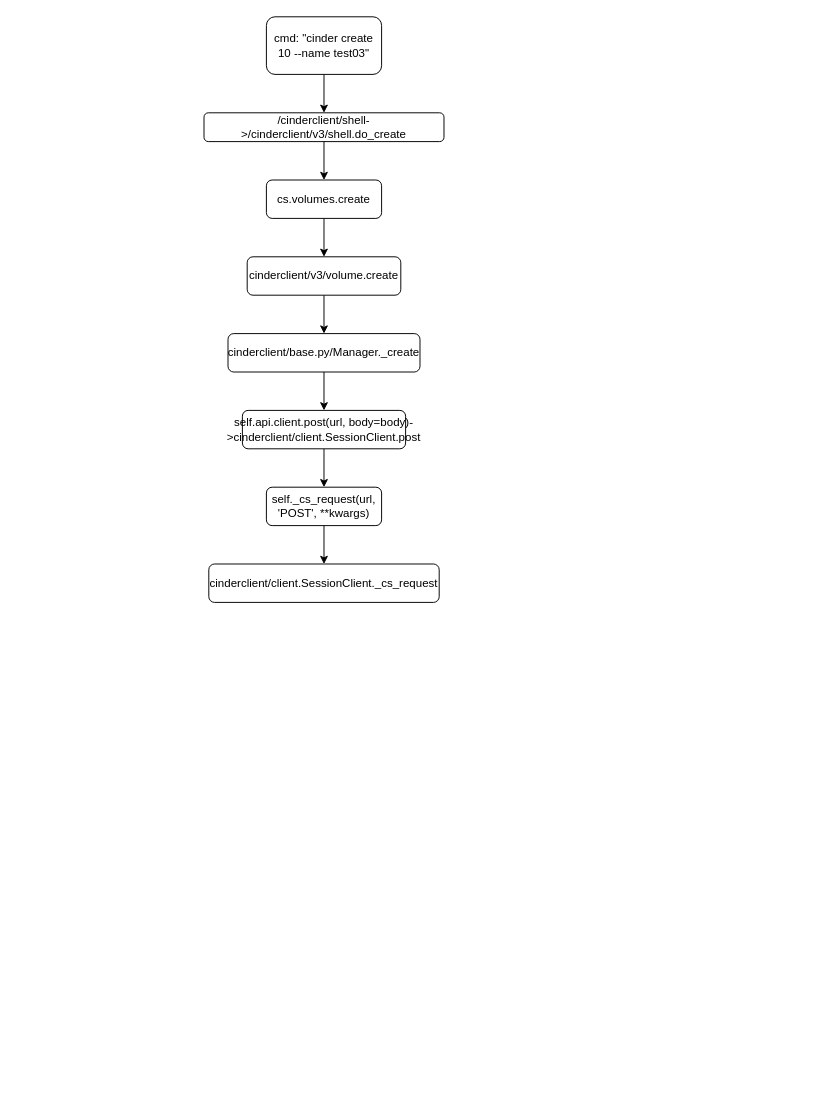
Above: cinder_create_volume.drawio in AndyLee130827/draw_io (draw.io), before the change. Source tidied: cells renumbered, new cells numbered last; positions are measured from the earlier drawing's top-left corner, leaving out a move shared by most shapes. Both pictures are drawn from the tidied source at 96%, with x=0, y=0 at pixel (204, 16).
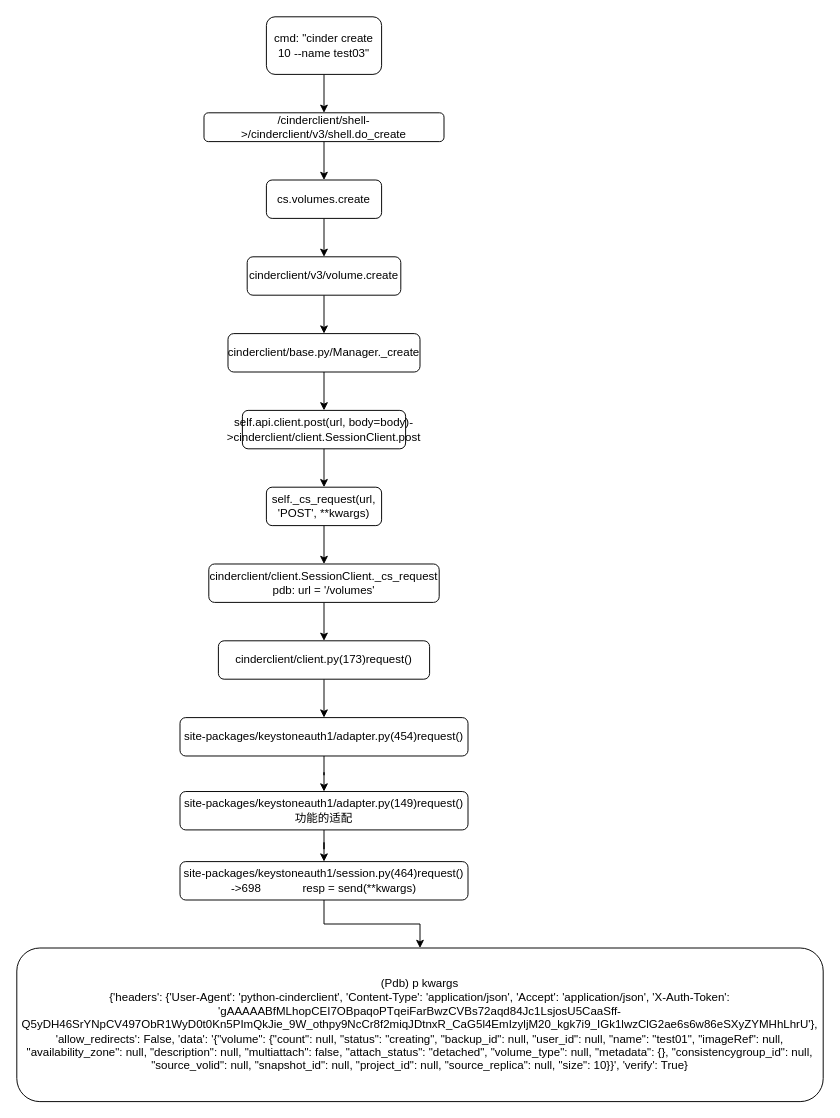
The same page after the edit.

The edit, as a diff of the source:
```diff
@@
+    <mxCell id="17" style="edgeStyle=orthogonalEdgeStyle;rounded=0;jettySize=auto;html=1;" parent="1" edge="1" source="16" target="19">
+      <mxGeometry relative="1" as="geometry" />
+    </mxCell>
-    <mxCell id="16" value="cinderclient/client.SessionClient._cs_request" style="rounded=1;whiteSpace=wrap;html=1;" parent="1" vertex="1">
+    <mxCell id="16" value="cinderclient/client.SessionClient._cs_request&lt;br&gt;pdb: url = '/volumes'" style="rounded=1;whiteSpace=wrap;html=1;" parent="1" vertex="1">
       <mxGeometry x="5" y="570" width="240" height="40" as="geometry" />
     </mxCell>
+    <mxCell id="18" style="edgeStyle=orthogonalEdgeStyle;rounded=0;jettySize=auto;html=1;entryX=0.5;entryY=0;entryDx=0;entryDy=0;" parent="1" edge="1" source="19" target="21">
+      <mxGeometry relative="1" as="geometry" />
+    </mxCell>
+    <mxCell id="19" value="cinderclient/client.py(173)request()" style="rounded=1;whiteSpace=wrap;html=1;" parent="1" vertex="1">
+      <mxGeometry x="15" y="650" width="220" height="40" as="geometry" />
+    </mxCell>
+    <mxCell id="20" style="edgeStyle=orthogonalEdgeStyle;rounded=0;jettySize=auto;html=1;" parent="1" edge="1" source="21" target="23">
+      <mxGeometry relative="1" as="geometry" />
+    </mxCell>
+    <mxCell id="21" value="site-packages/keystoneauth1/adapter.py(454)request()" style="rounded=1;whiteSpace=wrap;html=1;" parent="1" vertex="1">
+      <mxGeometry x="-25" y="730" width="300" height="40" as="geometry" />
+    </mxCell>
+    <mxCell id="22" style="edgeStyle=orthogonalEdgeStyle;rounded=0;jettySize=auto;html=1;entryX=0.5;entryY=0;entryDx=0;entryDy=0;" parent="1" edge="1" source="23" target="25">
+      <mxGeometry relative="1" as="geometry" />
+    </mxCell>
+    <mxCell id="23" value="site-packages/keystoneauth1/adapter.py(149)request()&lt;br&gt;功能的适配" style="rounded=1;whiteSpace=wrap;html=1;" parent="1" vertex="1">
+      <mxGeometry x="-25" y="807" width="300" height="40" as="geometry" />
+    </mxCell>
+    <mxCell id="24" style="edgeStyle=orthogonalEdgeStyle;rounded=0;jettySize=auto;html=1;entryX=0.5;entryY=0;entryDx=0;entryDy=0;" parent="1" edge="1" source="25" target="26">
+      <mxGeometry relative="1" as="geometry" />
+    </mxCell>
+    <mxCell id="25" value="site-packages/keystoneauth1/session.py(464)request()&lt;br&gt;-&amp;gt;698&amp;nbsp; &amp;nbsp; &amp;nbsp; &amp;nbsp; &amp;nbsp; &amp;nbsp; &amp;nbsp;resp = send(**kwargs)" style="rounded=1;whiteSpace=wrap;html=1;" parent="1" vertex="1">
+      <mxGeometry x="-25" y="880" width="300" height="40" as="geometry" />
+    </mxCell>
+    <mxCell id="26" value="&lt;div&gt;(Pdb) p kwargs&lt;/div&gt;&lt;div&gt;{'headers': {'User-Agent': 'python-cinderclient', 'Content-Type': 'application/json', 'Accept': 'application/json', 'X-Auth-Token': 'gAAAAABfMLhopCEI7OBpaqoPTqeiFarBwzCVBs72aqd84Jc1LsjosU5CaaSff-Q5yDH46SrYNpCV497ObR1WyD0t0Kn5PImQkJie_9W_othpy9NcCr8f2miqJDtnxR_CaG5l4EmIzyljM20_kgk7i9_IGk1lwzClG2ae6s6w86eSXyZYMHhLhrU'}, 'allow_redirects': False, 'data': '{&quot;volume&quot;: {&quot;count&quot;: null, &quot;status&quot;: &quot;creating&quot;, &quot;backup_id&quot;: null, &quot;user_id&quot;: null, &quot;name&quot;: &quot;test01&quot;, &quot;imageRef&quot;: null, &quot;availability_zone&quot;: null, &quot;description&quot;: null, &quot;multiattach&quot;: false, &quot;attach_status&quot;: &quot;detached&quot;, &quot;volume_type&quot;: null, &quot;metadata&quot;: {}, &quot;consistencygroup_id&quot;: null, &quot;source_volid&quot;: null, &quot;snapshot_id&quot;: null, &quot;project_id&quot;: null, &quot;source_replica&quot;: null, &quot;size&quot;: 10}}', 'verify': True}&lt;/div&gt;" style="rounded=1;whiteSpace=wrap;html=1;" parent="1" vertex="1">
+      <mxGeometry x="-195" y="970" width="840" height="160" as="geometry" />
+    </mxCell>
```
